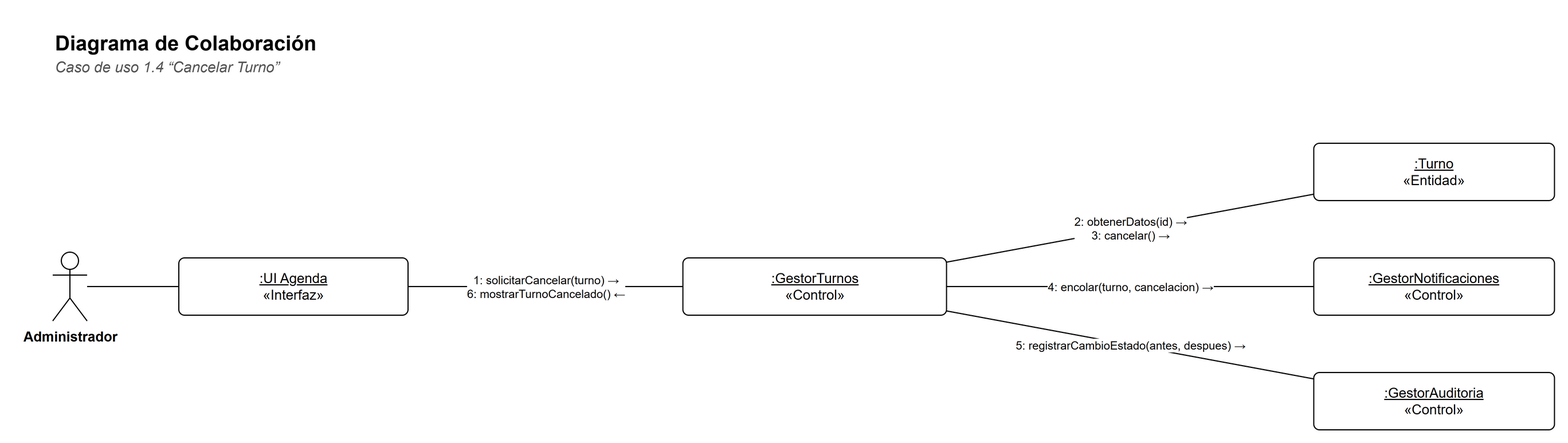
Above: docs/diagramas/colaboracion-1-4.png in Matiglorioso/kineturnos (draw.io), before the change. Source tidied: cells renumbered, new cells last; positions are measured from the earlier drawing's top-left corner, leaving out a move shared by most shapes.
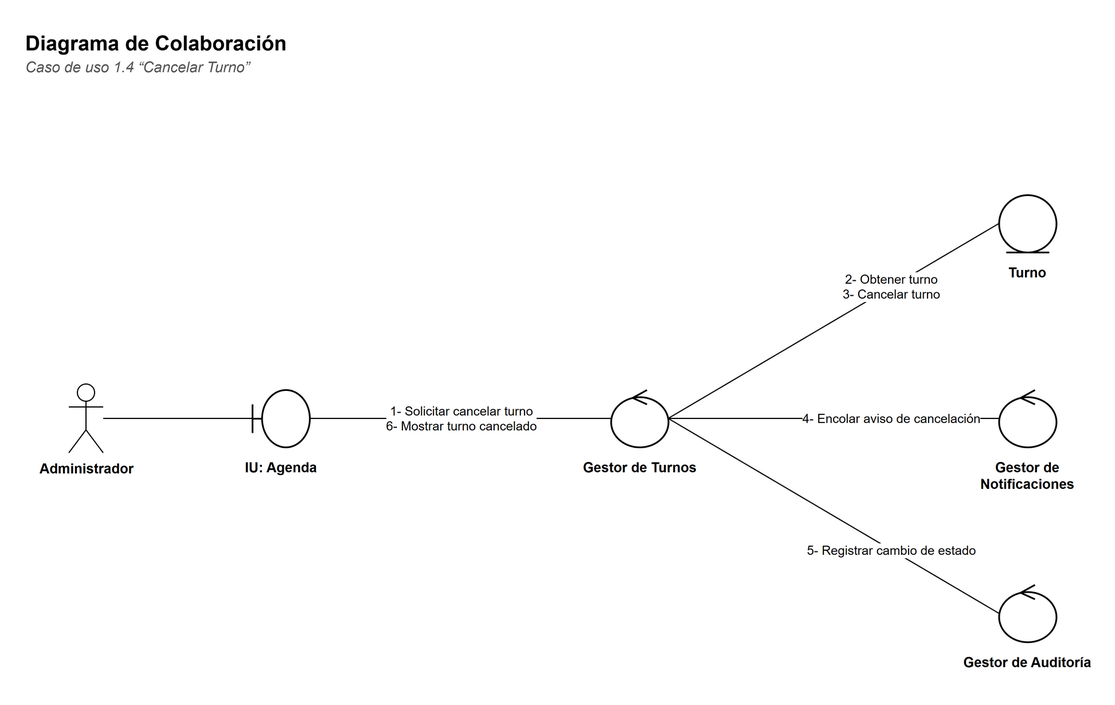
The same file after the commit.

Change to the diagram source:
```diff
@@ -9,37 +9,52 @@
       <mxGeometry y="24" width="900" height="20" as="geometry" />
     </mxCell>
     <mxCell id="4" value="Administrador" style="shape=umlActor;verticalLabelPosition=bottom;verticalAlign=top;html=1;outlineConnect=0;fillColor=#FFFFFF;strokeColor=#000000;fontFamily=Helvetica;fontSize=12;fontStyle=1;" parent="1" vertex="1">
-      <mxGeometry y="200" width="30" height="60" as="geometry" />
+      <mxGeometry x="40" y="315" width="30" height="60" as="geometry" />
     </mxCell>
-    <mxCell id="5" value="&lt;u&gt;:UI Agenda&lt;/u&gt;&lt;br&gt;«Interfaz»" style="rounded=0;whiteSpace=wrap;html=1;fillColor=#FFFFFF;strokeColor=#000000;fontFamily=Helvetica;fontSize=12;rounded=1;arcSize=10;" parent="1" vertex="1">
-      <mxGeometry x="110" y="205" width="200" height="50" as="geometry" />
+    <mxCell id="5" style="shape=umlBoundary;html=1;fillColor=#FFFFFF;strokeColor=#000000;strokeWidth=1.5;" parent="1" vertex="1">
+      <mxGeometry x="200" y="320" width="50" height="50" as="geometry" />
     </mxCell>
-    <mxCell id="6" value="&lt;u&gt;:GestorTurnos&lt;/u&gt;&lt;br&gt;«Control»" style="rounded=0;whiteSpace=wrap;html=1;fillColor=#FFFFFF;strokeColor=#000000;fontFamily=Helvetica;fontSize=12;rounded=1;arcSize=10;" parent="1" vertex="1">
-      <mxGeometry x="549.8" y="205" width="230" height="50" as="geometry" />
+    <mxCell id="6" value="&lt;b&gt;IU: Agenda&lt;/b&gt;" style="text;html=1;strokeColor=none;fillColor=none;align=left;verticalAlign=top;whiteSpace=wrap;fontFamily=Helvetica;align=center;fontSize=12;" parent="1" vertex="1">
+      <mxGeometry x="160" y="374" width="130" height="40" as="geometry" />
     </mxCell>
-    <mxCell id="7" value="&lt;u&gt;:Turno&lt;/u&gt;&lt;br&gt;«Entidad»" style="rounded=0;whiteSpace=wrap;html=1;fillColor=#FFFFFF;strokeColor=#000000;fontFamily=Helvetica;fontSize=12;rounded=1;arcSize=10;" parent="1" vertex="1">
-      <mxGeometry x="1100.2" y="105" width="210" height="50" as="geometry" />
+    <mxCell id="7" style="shape=umlControl;html=1;fillColor=#FFFFFF;strokeColor=#000000;strokeWidth=1.5;" parent="1" vertex="1">
+      <mxGeometry x="512.8" y="320" width="50" height="50" as="geometry" />
     </mxCell>
-    <mxCell id="8" value="&lt;u&gt;:GestorNotificaciones&lt;/u&gt;&lt;br&gt;«Control»" style="rounded=0;whiteSpace=wrap;html=1;fillColor=#FFFFFF;strokeColor=#000000;fontFamily=Helvetica;fontSize=12;rounded=1;arcSize=10;" parent="1" vertex="1">
-      <mxGeometry x="1100.2" y="205" width="210" height="50" as="geometry" />
+    <mxCell id="8" value="&lt;b&gt;Gestor de Turnos&lt;/b&gt;" style="text;html=1;strokeColor=none;fillColor=none;align=left;verticalAlign=top;whiteSpace=wrap;fontFamily=Helvetica;align=center;fontSize=12;" parent="1" vertex="1">
+      <mxGeometry x="472.8" y="374" width="130" height="40" as="geometry" />
     </mxCell>
-    <mxCell id="9" value="&lt;u&gt;:GestorAuditoria&lt;/u&gt;&lt;br&gt;«Control»" style="rounded=0;whiteSpace=wrap;html=1;fillColor=#FFFFFF;strokeColor=#000000;fontFamily=Helvetica;fontSize=12;rounded=1;arcSize=10;" parent="1" vertex="1">
-      <mxGeometry x="1100.2" y="305" width="210" height="50" as="geometry" />
+    <mxCell id="9" style="shape=umlEntity;html=1;fillColor=#FFFFFF;strokeColor=#000000;strokeWidth=1.5;" parent="1" vertex="1">
+      <mxGeometry x="851.2" y="150" width="50" height="50" as="geometry" />
     </mxCell>
-    <mxCell id="10" style="edgeStyle=none;html=1;endArrow=none;endFill=0;strokeColor=#000000;fontFamily=Helvetica;fontSize=11;labelBackgroundColor=#FFFFFF;" parent="1" edge="1" source="4" target="5">
-      <mxGeometry relative="1" as="geometry" />
+    <mxCell id="10" value="&lt;b&gt;Turno&lt;/b&gt;" style="text;html=1;strokeColor=none;fillColor=none;align=left;verticalAlign=top;whiteSpace=wrap;fontFamily=Helvetica;align=center;fontSize=12;" parent="1" vertex="1">
+      <mxGeometry x="811.2" y="204" width="130" height="40" as="geometry" />
     </mxCell>
-    <mxCell id="11" value="1: solicitarCancelar(turno) →&lt;br&gt;6: mostrarTurnoCancelado() ←" style="edgeStyle=none;html=1;endArrow=none;endFill=0;strokeColor=#000000;fontFamily=Helvetica;fontSize=11;labelBackgroundColor=#FFFFFF;fontSize=10;" parent="1" edge="1" source="6" target="5">
-      <mxGeometry relative="1" as="geometry" />
+    <mxCell id="11" style="shape=umlControl;html=1;fillColor=#FFFFFF;strokeColor=#000000;strokeWidth=1.5;" parent="1" vertex="1">
+      <mxGeometry x="851.2" y="320" width="50" height="50" as="geometry" />
     </mxCell>
-    <mxCell id="12" value="2: obtenerDatos(id) →&lt;br&gt;3: cancelar() →" style="edgeStyle=none;html=1;endArrow=none;endFill=0;strokeColor=#000000;fontFamily=Helvetica;fontSize=11;labelBackgroundColor=#FFFFFF;fontSize=10;" parent="1" edge="1" source="7" target="6">
-      <mxGeometry relative="1" as="geometry" />
+    <mxCell id="12" value="&lt;b&gt;Gestor de Notificaciones&lt;/b&gt;" style="text;html=1;strokeColor=none;fillColor=none;align=left;verticalAlign=top;whiteSpace=wrap;fontFamily=Helvetica;align=center;fontSize=12;" parent="1" vertex="1">
+      <mxGeometry x="811.2" y="374" width="130" height="40" as="geometry" />
     </mxCell>
-    <mxCell id="13" value="4: encolar(turno, cancelacion) →" style="edgeStyle=none;html=1;endArrow=none;endFill=0;strokeColor=#000000;fontFamily=Helvetica;fontSize=11;labelBackgroundColor=#FFFFFF;fontSize=10;" parent="1" edge="1" source="8" target="6">
-      <mxGeometry relative="1" as="geometry" />
+    <mxCell id="13" style="shape=umlControl;html=1;fillColor=#FFFFFF;strokeColor=#000000;strokeWidth=1.5;" parent="1" vertex="1">
+      <mxGeometry x="851.2" y="490" width="50" height="50" as="geometry" />
     </mxCell>
-    <mxCell id="14" value="5: registrarCambioEstado(antes, despues) →" style="edgeStyle=none;html=1;endArrow=none;endFill=0;strokeColor=#000000;fontFamily=Helvetica;fontSize=11;labelBackgroundColor=#FFFFFF;fontSize=10;" parent="1" edge="1" source="9" target="6">
-      <mxGeometry relative="1" as="geometry" />
+    <mxCell id="14" value="&lt;b&gt;Gestor de Auditoría&lt;/b&gt;" style="text;html=1;strokeColor=none;fillColor=none;align=left;verticalAlign=top;whiteSpace=wrap;fontFamily=Helvetica;align=center;fontSize=12;" parent="1" vertex="1">
+      <mxGeometry x="811.2" y="544" width="130" height="40" as="geometry" />
     </mxCell>
+    <mxCell id="15" style="edgeStyle=none;html=1;endArrow=none;endFill=0;strokeColor=#000000;fontFamily=Helvetica;fontSize=11;labelBackgroundColor=#FFFFFF;" parent="1" edge="1" source="4" target="5">
+      <mxGeometry relative="1" as="geometry" />
+    </mxCell>
+    <mxCell id="16" value="1- Solicitar cancelar turno&lt;br&gt;6- Mostrar turno cancelado" style="edgeStyle=none;html=1;endArrow=none;endFill=0;strokeColor=#000000;fontFamily=Helvetica;fontSize=11;labelBackgroundColor=#FFFFFF;fontSize=11;exitX=1;exitY=0.5;exitDx=0;exitDy=0;entryX=0;entryY=0.5;entryDx=0;entryDy=0;" parent="1" edge="1" source="5" target="7">
+      <mxGeometry relative="1" as="geometry" />
+    </mxCell>
+    <mxCell id="17" value="2- Obtener turno&lt;br&gt;3- Cancelar turno" style="edgeStyle=none;html=1;endArrow=none;endFill=0;strokeColor=#000000;fontFamily=Helvetica;fontSize=11;labelBackgroundColor=#FFFFFF;fontSize=11;exitX=1;exitY=0.5;exitDx=0;exitDy=0;entryX=0;entryY=0.5;entryDx=0;entryDy=0;" parent="1" edge="1" source="7" target="9">
+      <mxGeometry x="0.35" relative="1" as="geometry" />
+    </mxCell>
+    <mxCell id="18" value="4- Encolar aviso de cancelación" style="edgeStyle=none;html=1;endArrow=none;endFill=0;strokeColor=#000000;fontFamily=Helvetica;fontSize=11;labelBackgroundColor=#FFFFFF;fontSize=11;exitX=1;exitY=0.5;exitDx=0;exitDy=0;entryX=0;entryY=0.5;entryDx=0;entryDy=0;" parent="1" edge="1" source="7" target="11">
+      <mxGeometry x="0.35" relative="1" as="geometry" />
+    </mxCell>
+    <mxCell id="19" value="5- Registrar cambio de estado" style="edgeStyle=none;html=1;endArrow=none;endFill=0;strokeColor=#000000;fontFamily=Helvetica;fontSize=11;labelBackgroundColor=#FFFFFF;fontSize=11;exitX=1;exitY=0.5;exitDx=0;exitDy=0;entryX=0;entryY=0.5;entryDx=0;entryDy=0;" parent="1" edge="1" source="7" target="13">
+      <mxGeometry x="0.35" relative="1" as="geometry" />
+    </mxCell>
   </root>
 </mxGraphModel>
```
